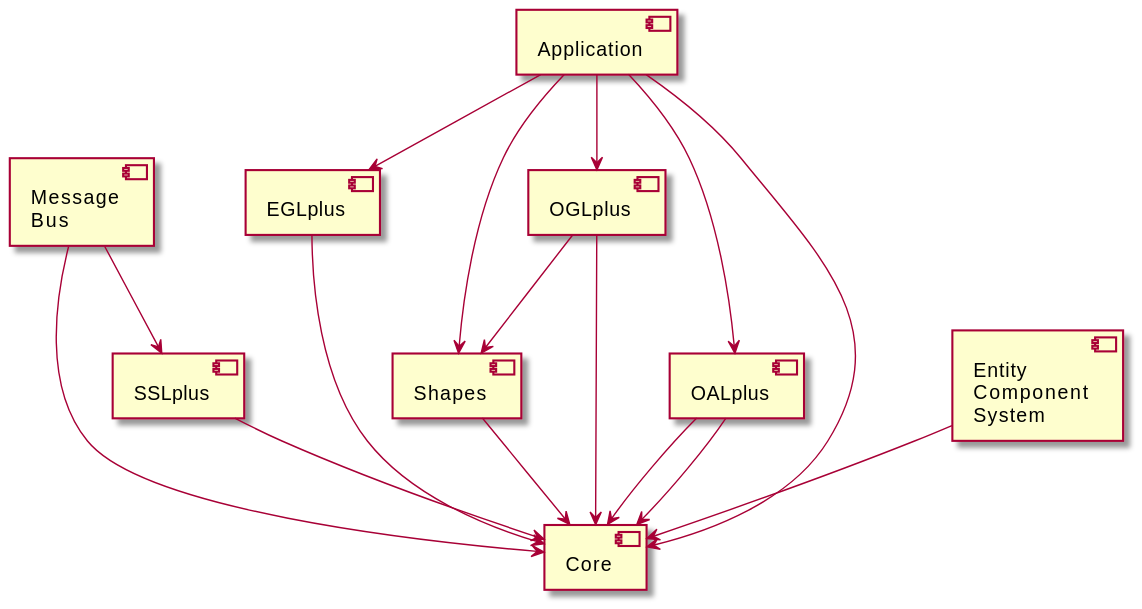
This is doc/diagrams/eagine/components.svg from matus-chochlik/eagine-all, a PlantUML export, as it was before one commit.
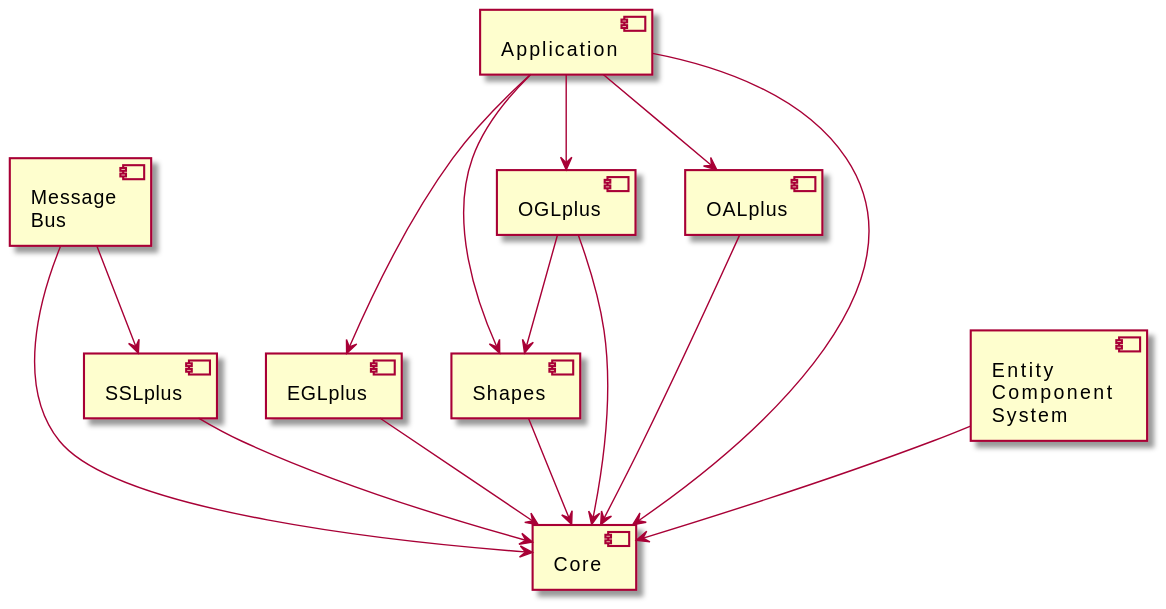
After the commit.

Commit message:
Fix in the component diagram

The edit, as a diff of the source:
```diff
@@ -1,5 +1,4 @@
 @startuml
-
 component [Core] as core
 component [SSLplus] as sslplus
 component [Shapes] as shapes
@@ -18,12 +17,10 @@
 oglplus --> core
 oglplus --> shapes
 oalplus --> core
-oalplus --> core
 ecs --> core
 app --> core
 app --> eglplus
 app --> oglplus
 app --> oalplus
 app --> shapes
-
 @enduml
```
